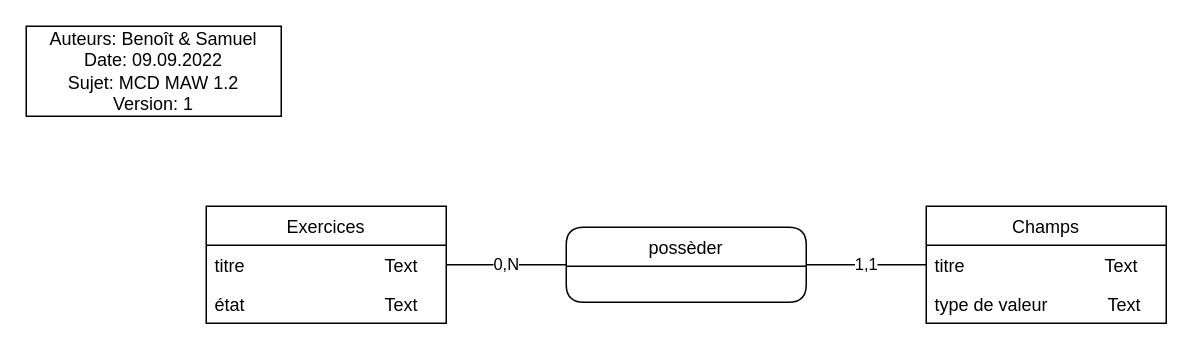
Earlier version of the draw.io diagram modelisation/MCD.drawio (CPNV-ES/MAW1-BPT-SMD). Source tidied: cells renumbered, new cells numbered last; positions are measured from the earlier drawing's top-left corner, leaving out a move shared by most shapes. Both pictures are drawn from the tidied source at 150%, with x=0, y=0 at pixel (26, 26).
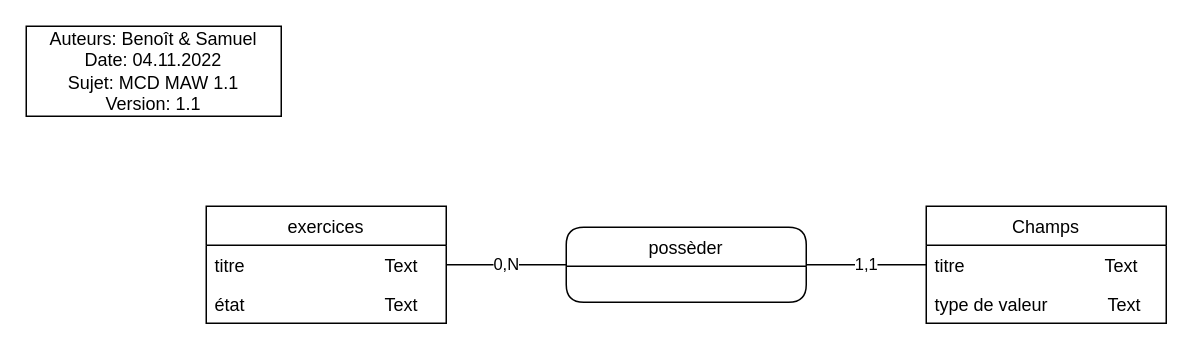
The same page after the edit.

The edit, as a diff of the source:
```diff
@@
 <mxGraphModel>
   <root>
     <mxCell id="0" />
     <mxCell id="1" parent="0" />
-    <mxCell id="2" value="Exercices" style="swimlane;fontStyle=0;align=center;verticalAlign=top;horizontal=1;startSize=26;rounded=0;shadow=0;strokeWidth=1;" parent="1" vertex="1">
+    <mxCell id="2" value="exercices" style="swimlane;fontStyle=0;align=center;verticalAlign=top;horizontal=1;startSize=26;rounded=0;shadow=0;strokeWidth=1;" parent="1" vertex="1">
       <mxGeometry x="120" y="120" width="160" height="78" as="geometry" />
     </mxCell>
     <mxCell id="3" value="titre                            Text" style="text;align=left;verticalAlign=top;spacingLeft=4;spacingRight=4;overflow=hidden;points=[[0,0.5],[1,0.5]];portConstraint=eastwest;" parent="2" vertex="1">
       <mxGeometry y="26" width="160" height="26" as="geometry" />
     </mxCell>
     <mxCell id="4" value="état                            Text                           " style="text;align=left;verticalAlign=top;spacingLeft=4;spacingRight=4;overflow=hidden;" parent="2" vertex="1">
       <mxGeometry y="52" width="160" height="26" as="geometry" />
     </mxCell>
-    <mxCell id="5" value="Auteurs: Benoît &amp;amp; Samuel&lt;br&gt;Date: 09.09.2022&lt;br&gt;Sujet: MCD MAW 1.2&lt;br&gt;Version: 1" style="rounded=0;whiteSpace=wrap;html=1;" parent="1" vertex="1">
+    <mxCell id="5" value="Auteurs: Benoît &amp;amp; Samuel&lt;br&gt;Date: 04.11.2022&lt;br&gt;Sujet: MCD MAW 1.1&lt;br&gt;Version: 1.1" style="rounded=0;whiteSpace=wrap;html=1;" parent="1" vertex="1">
       <mxGeometry width="170" height="60" as="geometry" />
     </mxCell>
     <mxCell id="6" value="Champs" style="swimlane;fontStyle=0;align=center;verticalAlign=top;horizontal=1;startSize=26;rounded=0;shadow=0;strokeWidth=1;" parent="1" vertex="1">
       <mxGeometry x="600" y="120" width="160" height="78" as="geometry" />
     </mxCell>
     <mxCell id="7" value="titre                            Text" style="text;align=left;verticalAlign=top;spacingLeft=4;spacingRight=4;overflow=hidden;points=[[0,0.5],[1,0.5]];portConstraint=eastwest;" parent="6" vertex="1">
       <mxGeometry y="26" width="160" height="26" as="geometry" />
     </mxCell>
     <mxCell id="8" value="type de valeur            Text" style="text;align=left;verticalAlign=top;spacingLeft=4;spacingRight=4;overflow=hidden;" parent="6" vertex="1">
       <mxGeometry y="52" width="160" height="26" as="geometry" />
     </mxCell>
     <mxCell id="9" value="possèder" style="swimlane;fontStyle=0;align=center;verticalAlign=top;horizontal=1;startSize=26;rounded=1;shadow=0;strokeWidth=1;" parent="1" vertex="1">
       <mxGeometry x="360" y="134" width="160" height="50" as="geometry" />
     </mxCell>
     <mxCell id="10" value="0,N" style="edgeStyle=orthogonalEdgeStyle;rounded=0;jettySize=auto;html=1;exitX=1;exitY=0.5;exitDx=0;exitDy=0;entryX=0;entryY=0.5;entryDx=0;entryDy=0;endArrow=none;endFill=0;" parent="1" edge="1" source="3" target="9">
       <mxGeometry relative="1" as="geometry" />
     </mxCell>
     <mxCell id="11" value="1,1" style="edgeStyle=orthogonalEdgeStyle;rounded=0;jettySize=auto;html=1;exitX=1;exitY=0.5;exitDx=0;exitDy=0;endArrow=none;endFill=0;" parent="1" edge="1" source="9" target="7">
       <mxGeometry relative="1" as="geometry" />
     </mxCell>
   </root>
 </mxGraphModel>
```
